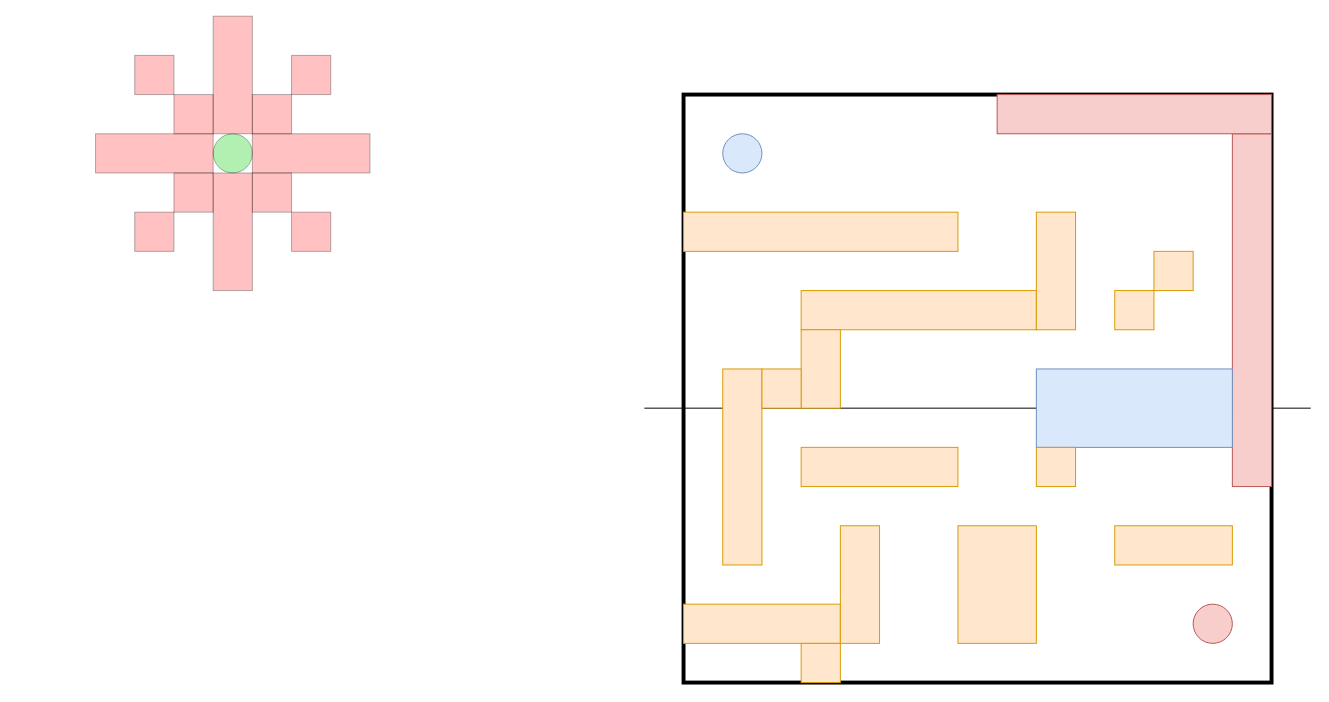
Before: RoboRumble.drawio in Pablucas/Personal, a draw.io diagram. Source tidied: cells renumbered, new cells numbered last; positions are measured from the earlier drawing's top-left corner, leaving out a move shared by most shapes. Both pictures are drawn from the tidied source at 98%, with x=0, y=0 at pixel (95, 16).
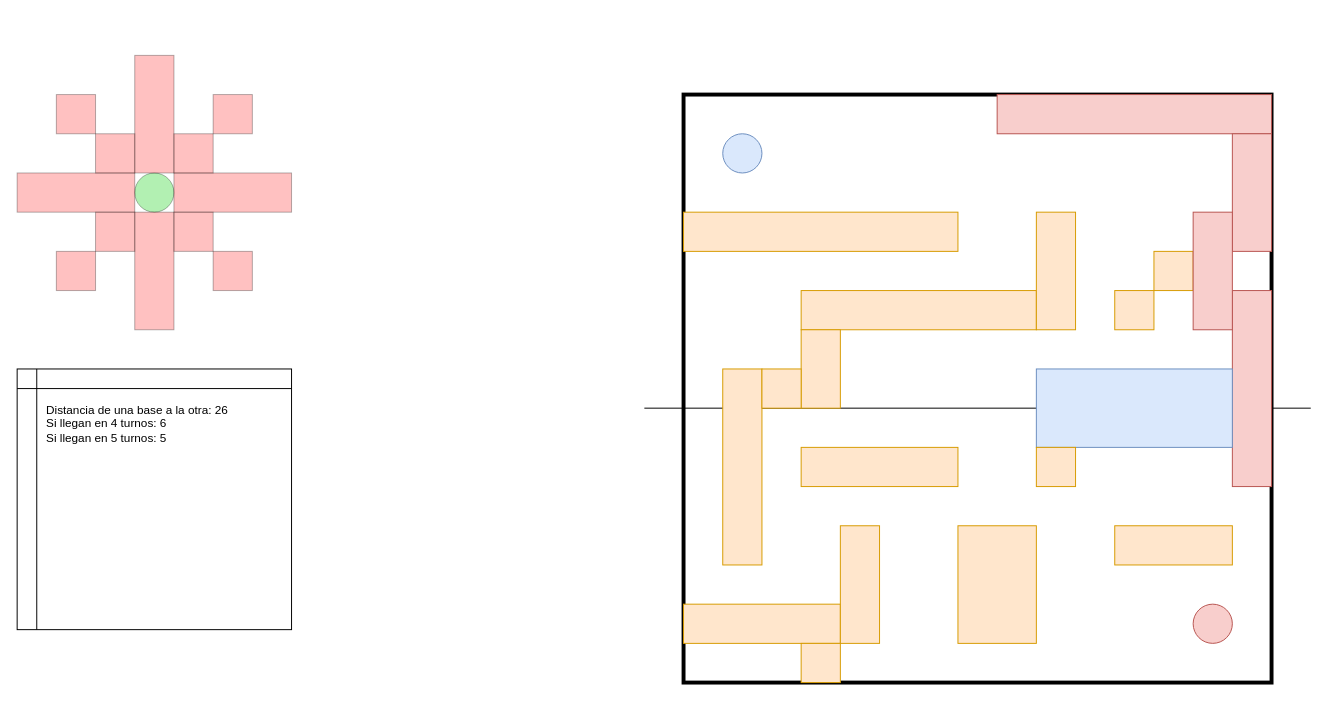
The same diagram, later.

What changed in the source:
```diff
@@
     <mxCell id="12" style="rounded=0;whiteSpace=wrap;html=1;strokeWidth=1;fillColor=#f8cecc;strokeColor=#b85450;" parent="1" vertex="1">
-      <mxGeometry x="1160" y="120" width="40" height="360" as="geometry" />
+      <mxGeometry x="1160" y="280" width="40" height="200" as="geometry" />
     </mxCell>
@@
-    <mxCell id="24" style="group;" parent="1" vertex="1">
-      <mxGeometry width="280" height="280" as="geometry" />
-    </mxCell>
-    <mxCell id="25" style="ellipse;whiteSpace=wrap;html=1;opacity=30;fillColor=#00CC00;" parent="24" vertex="1">
-      <mxGeometry x="120" y="120" width="40" height="40" as="geometry" />
+    <mxCell id="25" style="ellipse;whiteSpace=wrap;html=1;opacity=30;fillColor=#00CC00;" parent="1" vertex="1">
+      <mxGeometry x="40" y="160" width="40" height="40" as="geometry" />
     </mxCell>
-    <mxCell id="26" style="rounded=0;whiteSpace=wrap;html=1;fillColor=#FF3333;gradientColor=none;opacity=30;" parent="24" vertex="1">
-      <mxGeometry x="160" y="120" width="120" height="40" as="geometry" />
+    <mxCell id="26" style="rounded=0;whiteSpace=wrap;html=1;fillColor=#FF3333;gradientColor=none;opacity=30;" parent="1" vertex="1">
+      <mxGeometry x="80" y="160" width="120" height="40" as="geometry" />
     </mxCell>
-    <mxCell id="27" style="rounded=0;whiteSpace=wrap;html=1;fillColor=#FF3333;gradientColor=none;opacity=30;" parent="24" vertex="1">
-      <mxGeometry y="120" width="120" height="40" as="geometry" />
+    <mxCell id="27" style="rounded=0;whiteSpace=wrap;html=1;fillColor=#FF3333;gradientColor=none;opacity=30;" parent="1" vertex="1">
+      <mxGeometry x="-80" y="160" width="120" height="40" as="geometry" />
     </mxCell>
-    <mxCell id="28" style="rounded=0;whiteSpace=wrap;html=1;fillColor=#FF3333;gradientColor=none;opacity=30;direction=south;" parent="24" vertex="1">
-      <mxGeometry x="120" y="160" width="40" height="120" as="geometry" />
+    <mxCell id="28" style="rounded=0;whiteSpace=wrap;html=1;fillColor=#FF3333;gradientColor=none;opacity=30;direction=south;" parent="1" vertex="1">
+      <mxGeometry x="40" y="200" width="40" height="120" as="geometry" />
     </mxCell>
-    <mxCell id="29" style="rounded=0;whiteSpace=wrap;html=1;fillColor=#FF3333;gradientColor=none;opacity=30;direction=south;" parent="24" vertex="1">
-      <mxGeometry x="120" width="40" height="120" as="geometry" />
+    <mxCell id="29" style="rounded=0;whiteSpace=wrap;html=1;fillColor=#FF3333;gradientColor=none;opacity=30;direction=south;" parent="1" vertex="1">
+      <mxGeometry x="40" y="40" width="40" height="120" as="geometry" />
     </mxCell>
-    <mxCell id="30" style="rounded=0;whiteSpace=wrap;html=1;fillColor=#FF3333;gradientColor=none;opacity=30;" parent="24" vertex="1">
-      <mxGeometry x="160" y="160" width="40" height="40" as="geometry" />
+    <mxCell id="30" style="rounded=0;whiteSpace=wrap;html=1;fillColor=#FF3333;gradientColor=none;opacity=30;" parent="1" vertex="1">
+      <mxGeometry x="80" y="200" width="40" height="40" as="geometry" />
     </mxCell>
-    <mxCell id="31" style="rounded=0;whiteSpace=wrap;html=1;fillColor=#FF3333;gradientColor=none;opacity=30;" parent="24" vertex="1">
-      <mxGeometry x="160" y="80" width="40" height="40" as="geometry" />
+    <mxCell id="31" style="rounded=0;whiteSpace=wrap;html=1;fillColor=#FF3333;gradientColor=none;opacity=30;" parent="1" vertex="1">
+      <mxGeometry x="80" y="120" width="40" height="40" as="geometry" />
     </mxCell>
-    <mxCell id="32" style="rounded=0;whiteSpace=wrap;html=1;fillColor=#FF3333;gradientColor=none;opacity=30;" parent="24" vertex="1">
-      <mxGeometry x="200" y="40" width="40" height="40" as="geometry" />
+    <mxCell id="32" style="rounded=0;whiteSpace=wrap;html=1;fillColor=#FF3333;gradientColor=none;opacity=30;" parent="1" vertex="1">
+      <mxGeometry x="120" y="80" width="40" height="40" as="geometry" />
     </mxCell>
-    <mxCell id="33" style="rounded=0;whiteSpace=wrap;html=1;fillColor=#FF3333;gradientColor=none;opacity=30;" parent="24" vertex="1">
-      <mxGeometry x="200" y="200" width="40" height="40" as="geometry" />
+    <mxCell id="33" style="rounded=0;whiteSpace=wrap;html=1;fillColor=#FF3333;gradientColor=none;opacity=30;" parent="1" vertex="1">
+      <mxGeometry x="120" y="240" width="40" height="40" as="geometry" />
     </mxCell>
-    <mxCell id="34" style="rounded=0;whiteSpace=wrap;html=1;fillColor=#FF3333;gradientColor=none;opacity=30;" parent="24" vertex="1">
-      <mxGeometry x="80" y="160" width="40" height="40" as="geometry" />
+    <mxCell id="34" style="rounded=0;whiteSpace=wrap;html=1;fillColor=#FF3333;gradientColor=none;opacity=30;" parent="1" vertex="1">
+      <mxGeometry y="200" width="40" height="40" as="geometry" />
     </mxCell>
-    <mxCell id="35" style="rounded=0;whiteSpace=wrap;html=1;fillColor=#FF3333;gradientColor=none;opacity=30;" parent="24" vertex="1">
-      <mxGeometry x="40" y="200" width="40" height="40" as="geometry" />
+    <mxCell id="35" style="rounded=0;whiteSpace=wrap;html=1;fillColor=#FF3333;gradientColor=none;opacity=30;" parent="1" vertex="1">
+      <mxGeometry x="-40" y="240" width="40" height="40" as="geometry" />
     </mxCell>
-    <mxCell id="36" style="rounded=0;whiteSpace=wrap;html=1;fillColor=#FF3333;gradientColor=none;opacity=30;" parent="24" vertex="1">
-      <mxGeometry x="80" y="80" width="40" height="40" as="geometry" />
+    <mxCell id="36" style="rounded=0;whiteSpace=wrap;html=1;fillColor=#FF3333;gradientColor=none;opacity=30;" parent="1" vertex="1">
+      <mxGeometry y="120" width="40" height="40" as="geometry" />
     </mxCell>
-    <mxCell id="37" style="rounded=0;whiteSpace=wrap;html=1;fillColor=#FF3333;gradientColor=none;opacity=30;" parent="24" vertex="1">
-      <mxGeometry x="40" y="40" width="40" height="40" as="geometry" />
+    <mxCell id="37" style="rounded=0;whiteSpace=wrap;html=1;fillColor=#FF3333;gradientColor=none;opacity=30;" parent="1" vertex="1">
+      <mxGeometry x="-40" y="80" width="40" height="40" as="geometry" />
     </mxCell>
+    <mxCell id="38" value="Distancia de una base a la otra: 26&lt;br&gt;Si llegan en 4 turnos: 6&lt;br&gt;Si llegan en 5 turnos: 5" style="shape=internalStorage;whiteSpace=wrap;html=1;backgroundOutline=1;align=left;verticalAlign=top;spacing=30;" parent="1" vertex="1">
+      <mxGeometry x="-80" y="360" width="280" height="266" as="geometry" />
+    </mxCell>
+    <mxCell id="39" style="rounded=0;whiteSpace=wrap;html=1;strokeWidth=1;fillColor=#f8cecc;strokeColor=#b85450;" parent="1" vertex="1">
+      <mxGeometry x="1160" y="120" width="40" height="120" as="geometry" />
+    </mxCell>
+    <mxCell id="40" style="rounded=0;whiteSpace=wrap;html=1;strokeWidth=1;fillColor=#f8cecc;strokeColor=#b85450;" parent="1" vertex="1">
+      <mxGeometry x="1120" y="200" width="40" height="120" as="geometry" />
+    </mxCell>
```
